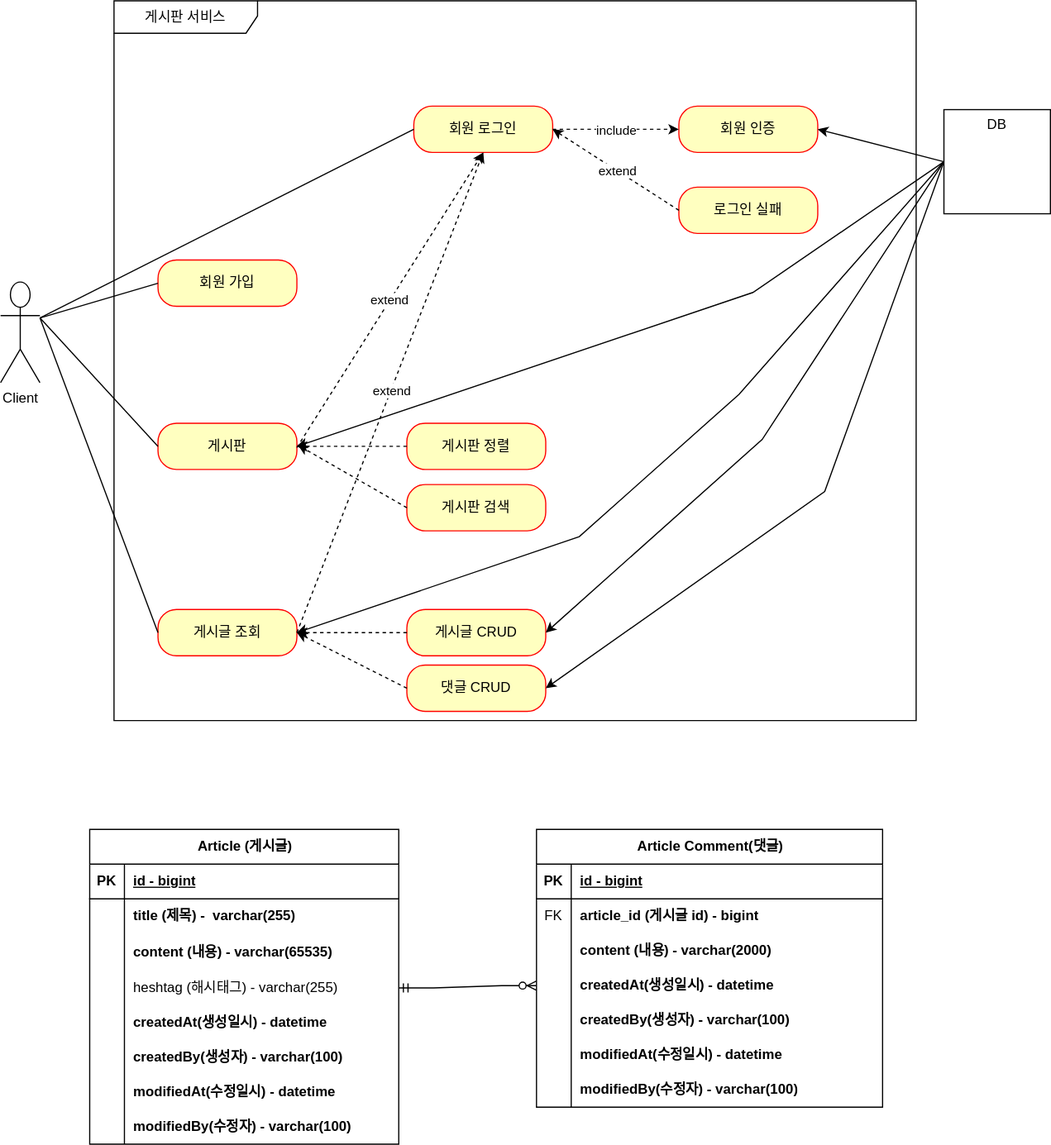
This is document/use-case.svg from illson97/100SOO, a draw.io export, as it was before one commit. Source tidied: cells renumbered, new cells last; positions are measured from the earlier drawing's top-left corner, leaving out a move shared by most shapes.
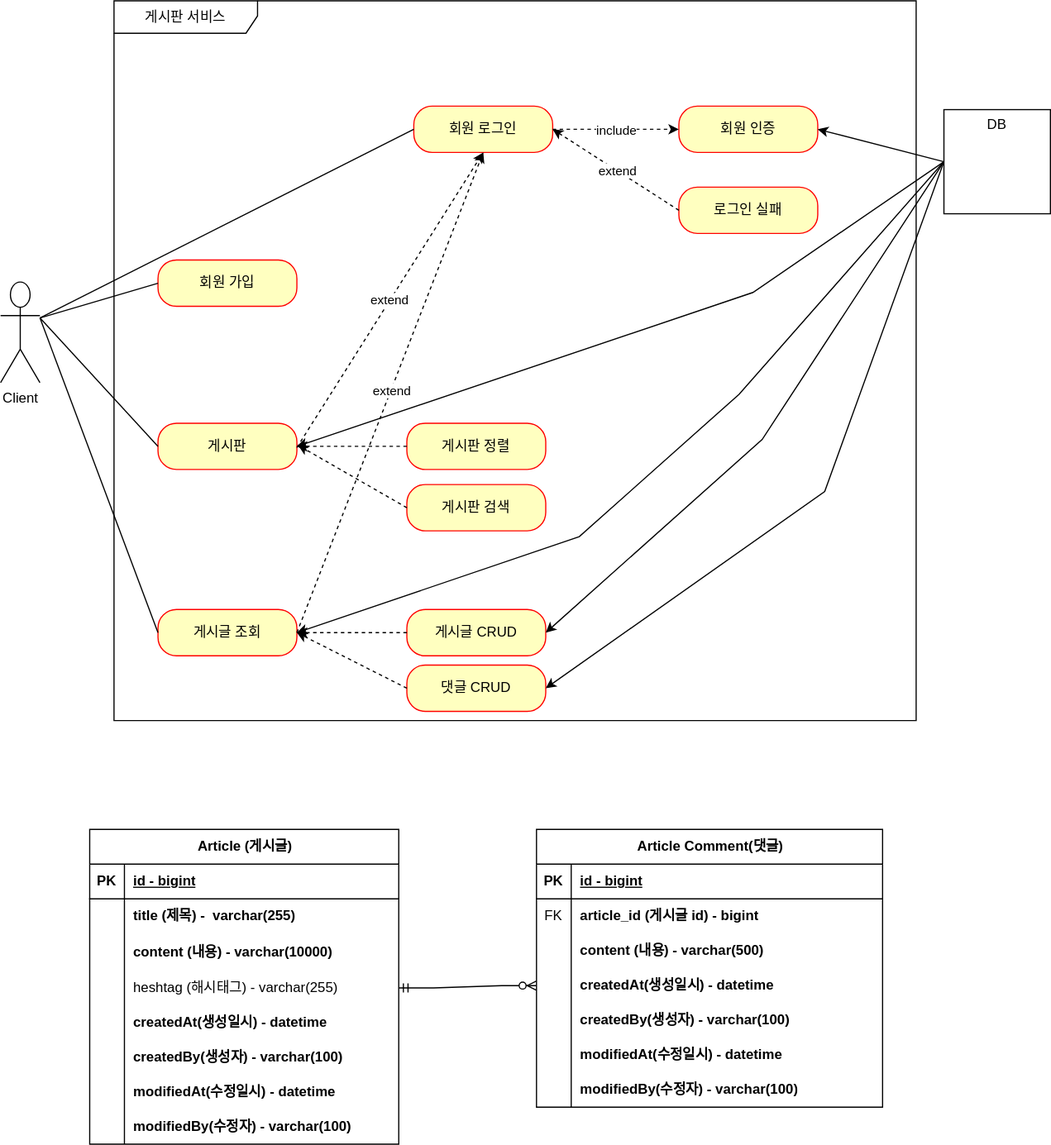
The same diagram one commit later.

Commit message:
#9 - use-case, ERD 업데이트

What changed in the source:
```diff
@@ -165,7 +165,7 @@
     <mxCell id="45" style="shape=partialRectangle;fillColor=none;top=0;left=0;bottom=0;right=0;overflow=hidden;whiteSpace=wrap;html=1;" parent="44" vertex="1">
       <mxGeometry width="30" height="32" as="geometry" />
     </mxCell>
-    <mxCell id="46" value="content (내용) - varchar(65535)" style="shape=partialRectangle;fillColor=none;top=0;left=0;bottom=0;right=0;align=left;spacingLeft=6;overflow=hidden;whiteSpace=wrap;html=1;fontStyle=1;" parent="44" vertex="1">
+    <mxCell id="46" value="content (내용) - varchar(10000)" style="shape=partialRectangle;fillColor=none;top=0;left=0;bottom=0;right=0;align=left;spacingLeft=6;overflow=hidden;whiteSpace=wrap;html=1;fontStyle=1;" parent="44" vertex="1">
       <mxGeometry x="30" width="237" height="32" as="geometry" />
     </mxCell>
     <mxCell id="47" style="shape=tableRow;horizontal=0;startSize=0;swimlaneHead=0;swimlaneBody=0;fillColor=none;points=[[0,0.5],[1,0.5]];portConstraint=eastwest;top=0;left=0;right=0;bottom=0;" parent="37" vertex="1">
@@ -240,7 +240,7 @@
     <mxCell id="70" style="shape=partialRectangle;fillColor=none;top=0;left=0;bottom=0;right=0;overflow=hidden;whiteSpace=wrap;html=1;" parent="69" vertex="1">
       <mxGeometry width="30" height="30" as="geometry" />
     </mxCell>
-    <mxCell id="71" value="content (내용) - varchar(2000)" style="shape=partialRectangle;fillColor=none;top=0;left=0;bottom=0;right=0;align=left;spacingLeft=6;overflow=hidden;whiteSpace=wrap;html=1;fontStyle=1;strokeWidth=1;" parent="69" vertex="1">
+    <mxCell id="71" value="content (내용) - varchar(500)" style="shape=partialRectangle;fillColor=none;top=0;left=0;bottom=0;right=0;align=left;spacingLeft=6;overflow=hidden;whiteSpace=wrap;html=1;fontStyle=1;strokeWidth=1;" parent="69" vertex="1">
       <mxGeometry x="30" width="269" height="30" as="geometry" />
     </mxCell>
     <mxCell id="72" style="shape=tableRow;horizontal=0;startSize=0;swimlaneHead=0;swimlaneBody=0;fillColor=none;points=[[0,0.5],[1,0.5]];portConstraint=eastwest;top=0;left=0;right=0;bottom=0;" parent="62" vertex="1">
```
